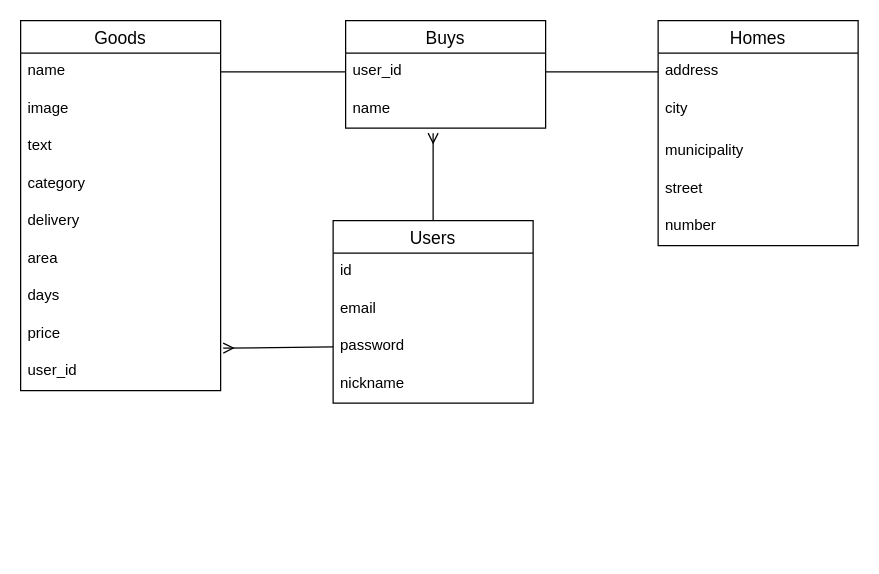
Above: frima.dio in kazuma-0312/furima-32617 (draw.io), before the change. Source tidied: cells renumbered, new cells numbered last; positions are measured from the earlier drawing's top-left corner, leaving out a move shared by most shapes. Both pictures are drawn from the tidied source at 125%, with x=0, y=0 at pixel (20, 20).
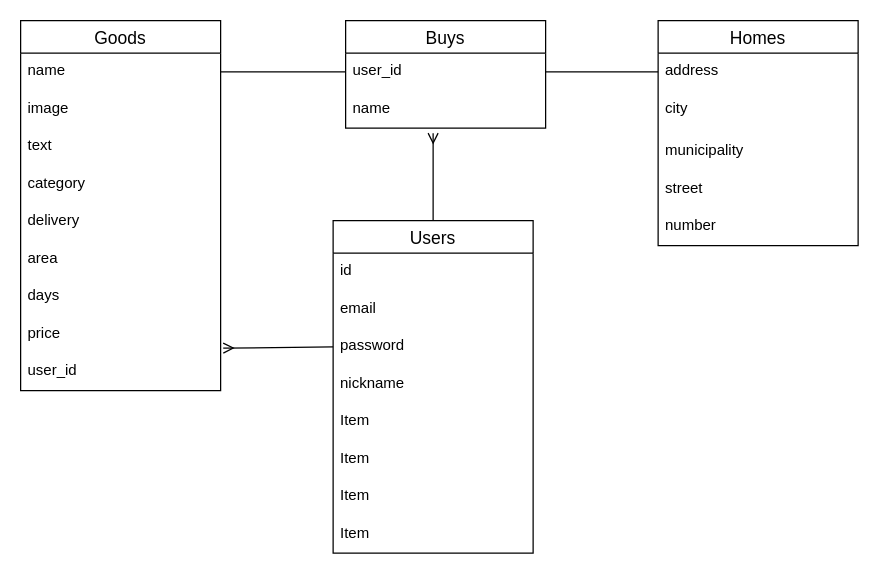
After the change.

Change to the diagram source:
```diff
@@
     <mxCell id="3" value="Users" style="swimlane;fontStyle=0;horizontal=1;startSize=26;align=center;fontSize=14;" parent="1" vertex="1">
-      <mxGeometry x="250" y="160" width="160" height="146" as="geometry" />
+      <mxGeometry x="250" y="160" width="160" height="266" as="geometry" />
     </mxCell>
@@
+    <mxCell id="30" value="Item" style="text;strokeColor=none;fillColor=none;spacingLeft=4;spacingRight=4;overflow=hidden;fontSize=12;" parent="3" vertex="1">
+      <mxGeometry y="146" width="160" height="30" as="geometry" />
+    </mxCell>
+    <mxCell id="31" value="Item" style="text;strokeColor=none;fillColor=none;spacingLeft=4;spacingRight=4;overflow=hidden;fontSize=12;" parent="3" vertex="1">
+      <mxGeometry y="176" width="160" height="30" as="geometry" />
+    </mxCell>
+    <mxCell id="32" value="Item" style="text;strokeColor=none;fillColor=none;spacingLeft=4;spacingRight=4;overflow=hidden;fontSize=12;" parent="3" vertex="1">
+      <mxGeometry y="206" width="160" height="30" as="geometry" />
+    </mxCell>
+    <mxCell id="33" value="Item" style="text;strokeColor=none;fillColor=none;spacingLeft=4;spacingRight=4;overflow=hidden;fontSize=12;" parent="3" vertex="1">
+      <mxGeometry y="236" width="160" height="30" as="geometry" />
+    </mxCell>
```
